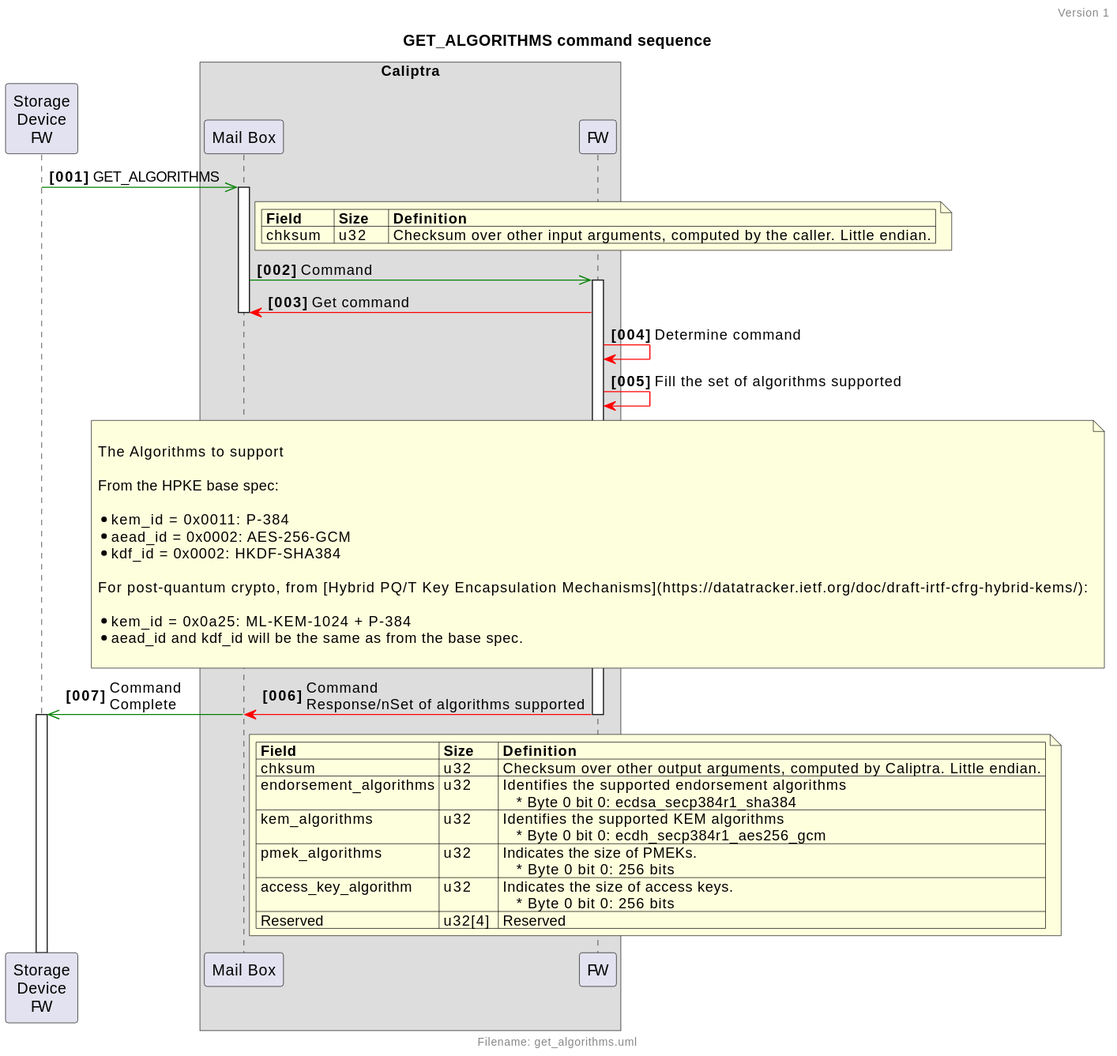
chipsalliance/Caliptra keeps this PlantUML diagram as doc/ocp_lock/diagrams/get_algorithms.svg. Above is the earlier version.
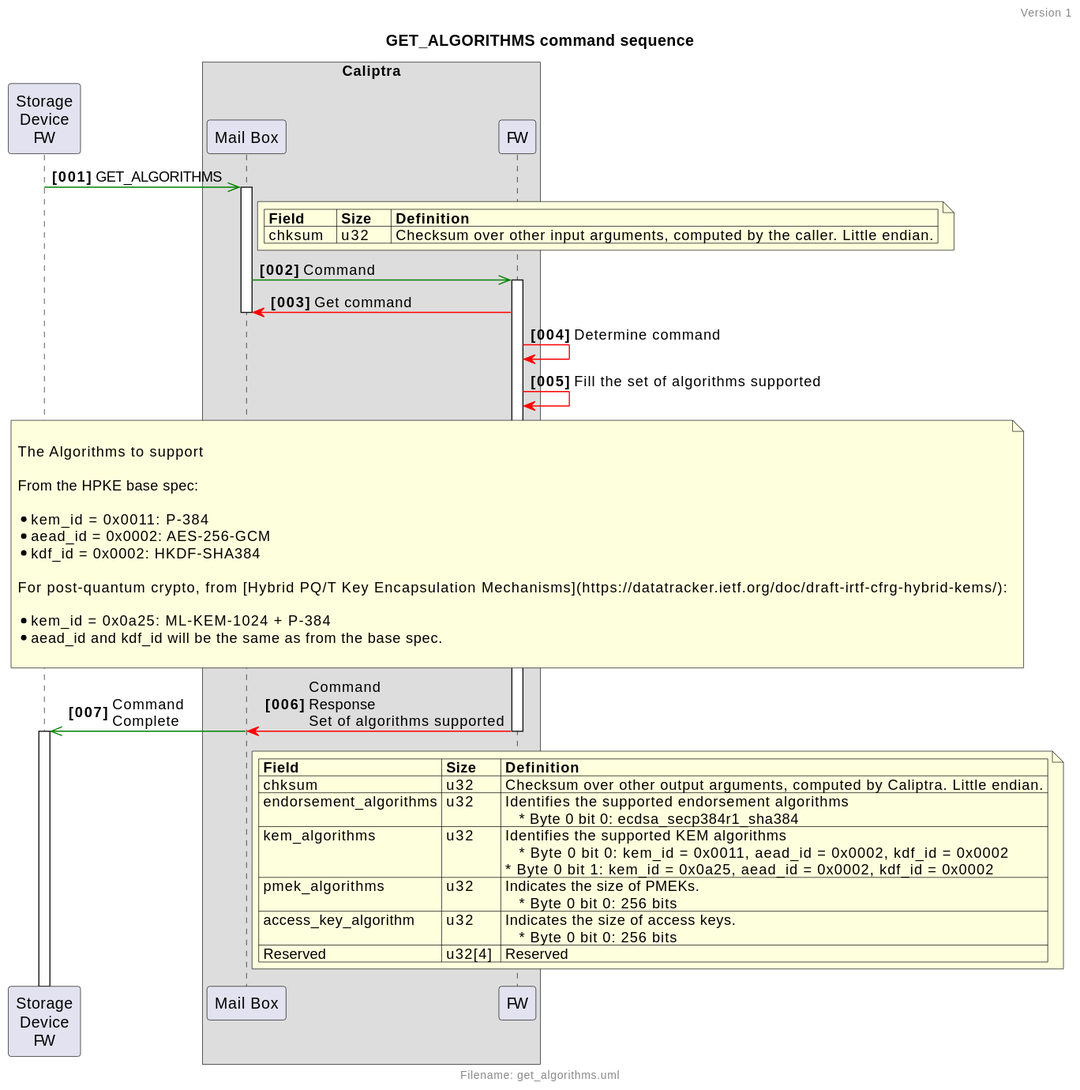
Above is the later version.

Diff of the diagram source:
```diff
@@ -42,7 +42,7 @@
 
 end note
 
-cfw $sync mb : Command\nResponse/nSet of algorithms supported
+cfw $sync mb : Command\nResponse\nSet of algorithms supported
 & mb $async fw++ : Command\nComplete
 cfw--
 !if ($show_api)
@@ -51,7 +51,7 @@
         | <b>Field               | <b>Size | <b>Definition |
         | chksum                 | u32     | Checksum over other output arguments, computed by Caliptra. Little endian. |
         | endorsement_algorithms | u32     | Identifies the supported endorsement algorithms\n    * Byte 0 bit 0: ecdsa_secp384r1_sha384 |
-        | kem_algorithms         | u32     | Identifies the supported KEM algorithms\n    * Byte 0 bit 0: ecdh_secp384r1_aes256_gcm |
+        | kem_algorithms         | u32     | Identifies the supported KEM algorithms\n    * Byte 0 bit 0: kem_id = 0x0011, aead_id = 0x0002, kdf_id = 0x0002\n * Byte 0 bit 1: kem_id = 0x0a25, aead_id = 0x0002, kdf_id = 0x0002 |
         | pmek_algorithms        | u32     | Indicates the size of PMEKs.\n    * Byte 0 bit 0: 256 bits |
         | access_key_algorithm   | u32     | Indicates the size of access keys.\n    * Byte 0 bit 0: 256 bits |
         | Reserved               | u32[4]  | Reserved |
```
